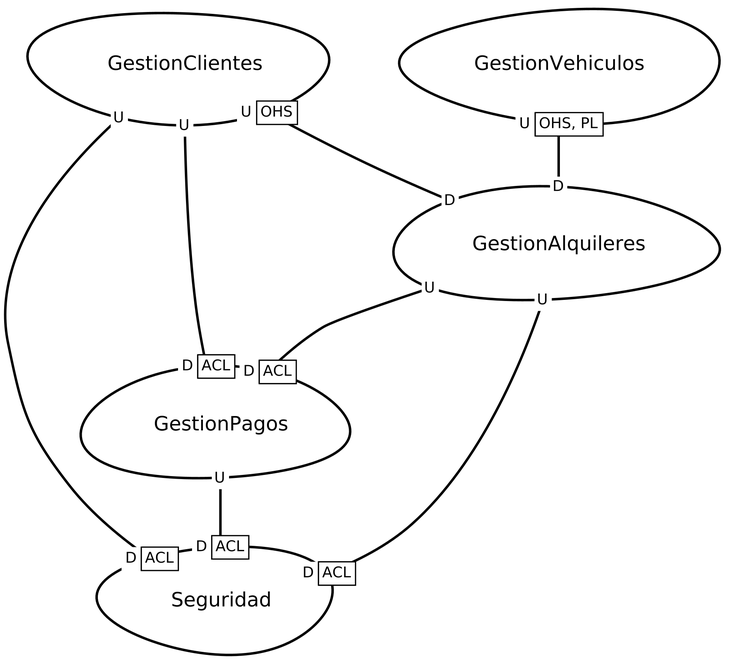
Above: src-gen/HuamanAlquiler_ContextMap.png in M4rc0HR/SWIIIHuamanAlquiler (Graphviz), before the change. Its source is kept beside it as src-gen/HuamanAlquiler_ContextMap.gv.
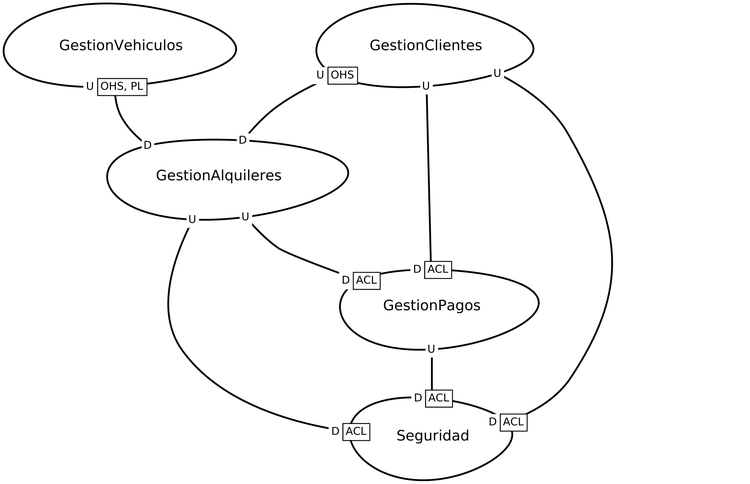
The same diagram one commit later.

Change to the diagram source:
```diff
@@ -1,16 +1,16 @@
 digraph "ContextMapGraph" {
 graph ["imagepath"="/tmp/GraphvizJava"]
-"GestionAlquileres" ["margin"="0.3","orientation"="111","shape"="egg","fontsize"="16","style"="bold","label"="GestionAlquileres\n","fontname"="sans-serif"]
-"Seguridad" ["margin"="0.3","orientation"="105","shape"="egg","fontsize"="16","style"="bold","label"="Seguridad\n","fontname"="sans-serif"]
-"GestionPagos" ["margin"="0.3","orientation"="5","shape"="egg","fontsize"="16","style"="bold","label"="GestionPagos\n","fontname"="sans-serif"]
-"GestionClientes" ["margin"="0.3","orientation"="57","shape"="egg","fontsize"="16","style"="bold","label"="GestionClientes\n","fontname"="sans-serif"]
-"GestionVehiculos" ["margin"="0.3","orientation"="307","shape"="egg","fontsize"="16","style"="bold","label"="GestionVehiculos\n","fontname"="sans-serif"]
-"GestionAlquileres" -> "Seguridad" ["headlabel"=<<table cellspacing="0" cellborder="1" border="0">
+"GestionAlquileres" ["margin"="0.3","orientation"="26","shape"="egg","fontsize"="16","style"="bold","label"="GestionAlquileres\n","fontname"="sans-serif"]
+"GestionPagos" ["margin"="0.3","orientation"="161","shape"="egg","fontsize"="16","style"="bold","label"="GestionPagos\n","fontname"="sans-serif"]
+"Seguridad" ["margin"="0.3","orientation"="155","shape"="egg","fontsize"="16","style"="bold","label"="Seguridad\n","fontname"="sans-serif"]
+"GestionClientes" ["margin"="0.3","orientation"="213","shape"="egg","fontsize"="16","style"="bold","label"="GestionClientes\n","fontname"="sans-serif"]
+"GestionVehiculos" ["margin"="0.3","orientation"="326","shape"="egg","fontsize"="16","style"="bold","label"="GestionVehiculos\n","fontname"="sans-serif"]
+"GestionAlquileres" -> "GestionPagos" ["headlabel"=<<table cellspacing="0" cellborder="1" border="0">
 <tr><td bgcolor="white" sides="r">D</td><td sides="trbl" bgcolor="white"><font>ACL</font></td></tr>
 </table>>,"labeldistance"="0","fontsize"="12","taillabel"=<<table cellspacing="0" cellborder="0" border="0">
 <tr><td bgcolor="white">U</td></tr>
 </table>>,"style"="bold","label"="                                        ","dir"="none","fontname"="sans-serif"]
-"GestionAlquileres" -> "GestionPagos" ["headlabel"=<<table cellspacing="0" cellborder="1" border="0">
+"GestionAlquileres" -> "Seguridad" ["headlabel"=<<table cellspacing="0" cellborder="1" border="0">
 <tr><td bgcolor="white" sides="r">D</td><td sides="trbl" bgcolor="white"><font>ACL</font></td></tr>
 </table>>,"labeldistance"="0","fontsize"="12","taillabel"=<<table cellspacing="0" cellborder="0" border="0">
 <tr><td bgcolor="white">U</td></tr>
@@ -20,7 +20,7 @@
 </table>>,"labeldistance"="0","fontsize"="12","taillabel"=<<table cellspacing="0" cellborder="0" border="0">
 <tr><td bgcolor="white">U</td></tr>
 </table>>,"style"="bold","label"="                                        ","dir"="none","fontname"="sans-serif"]
-"GestionClientes" -> "Seguridad" ["headlabel"=<<table cellspacing="0" cellborder="1" border="0">
+"GestionClientes" -> "GestionPagos" ["headlabel"=<<table cellspacing="0" cellborder="1" border="0">
 <tr><td bgcolor="white" sides="r">D</td><td sides="trbl" bgcolor="white"><font>ACL</font></td></tr>
 </table>>,"labeldistance"="0","fontsize"="12","taillabel"=<<table cellspacing="0" cellborder="0" border="0">
 <tr><td bgcolor="white">U</td></tr>
@@ -30,7 +30,7 @@
 </table>>,"labeldistance"="0","fontsize"="12","taillabel"=<<table cellspacing="0" cellborder="1" border="0">
 <tr><td bgcolor="white" sides="r">U</td><td sides="trbl" bgcolor="white"><font>OHS</font></td></tr>
 </table>>,"style"="bold","label"="                                        ","dir"="none","fontname"="sans-serif"]
-"GestionClientes" -> "GestionPagos" ["headlabel"=<<table cellspacing="0" cellborder="1" border="0">
+"GestionClientes" -> "Seguridad" ["headlabel"=<<table cellspacing="0" cellborder="1" border="0">
 <tr><td bgcolor="white" sides="r">D</td><td sides="trbl" bgcolor="white"><font>ACL</font></td></tr>
 </table>>,"labeldistance"="0","fontsize"="12","taillabel"=<<table cellspacing="0" cellborder="0" border="0">
 <tr><td bgcolor="white">U</td></tr>
```
